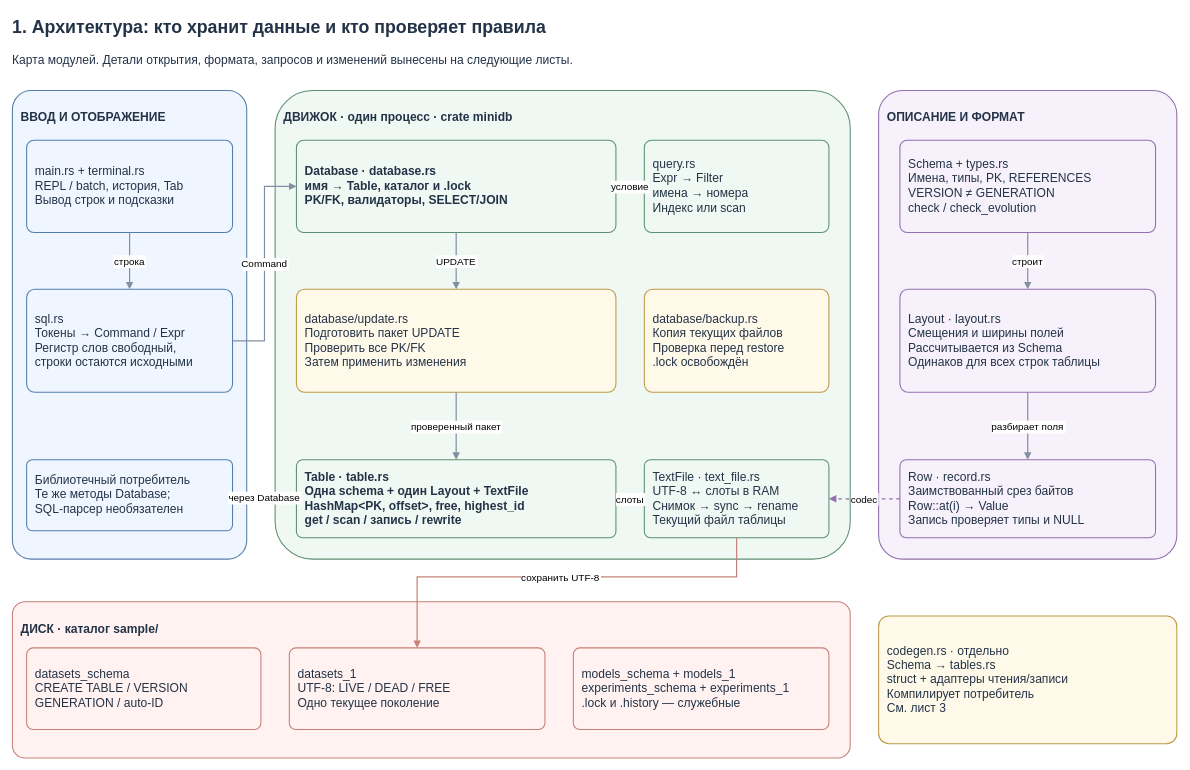
Before: docs/architecture/01-architecture.drawio in AI-paca/MiniDB, a draw.io diagram. Source tidied: cells renumbered, new cells numbered last; positions are measured from the earlier drawing's top-left corner, leaving out a move shared by most shapes. Both pictures are drawn from the tidied source at 71%, with x=0, y=0 at pixel (12, 12).
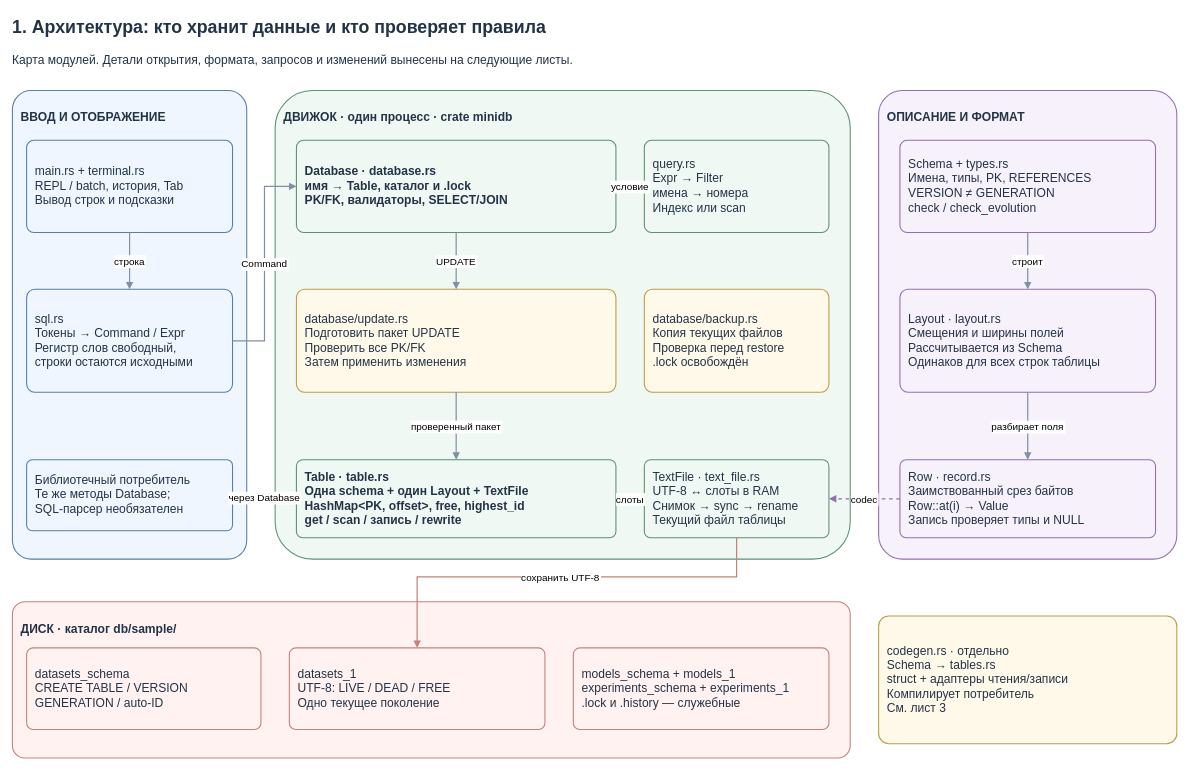
After the change.

What changed in the source:
```diff
@@
-    <mxCell id="19" value="ДИСК · каталог sample/" style="rounded=1;arcSize=8;whiteSpace=wrap;html=0;fontFamily=Arial;fontSize=17;fontColor=#233347;spacing=12;align=left;verticalAlign=middle;fillColor=#fff2f0;strokeColor=#c58179;strokeWidth=1.5;verticalAlign=top;fontStyle=1;spacingTop=12;" parent="1" vertex="1">
+    <mxCell id="19" value="ДИСК · каталог db/sample/" style="rounded=1;arcSize=8;whiteSpace=wrap;html=0;fontFamily=Arial;fontSize=17;fontColor=#233347;spacing=12;align=left;verticalAlign=middle;fillColor=#fff2f0;strokeColor=#c58179;strokeWidth=1.5;verticalAlign=top;fontStyle=1;spacingTop=12;" parent="1" vertex="1">
       <mxGeometry y="830" width="1180" height="220" as="geometry" />
     </mxCell>
```
